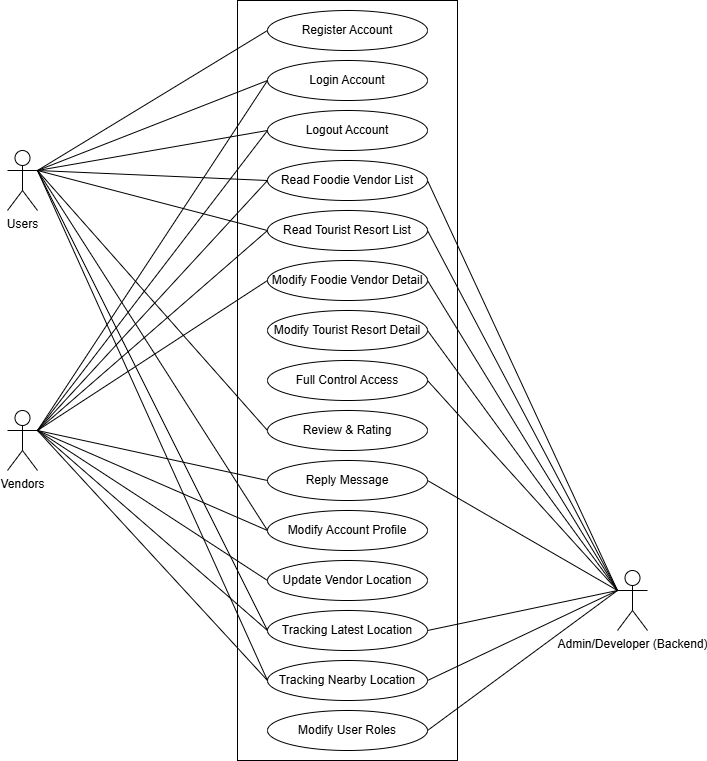
Above: Use Case.png in WongJZ/WongJZ (draw.io), before the change. Source tidied: cells renumbered, new cells last; positions are measured from the earlier drawing's top-left corner, leaving out a move shared by most shapes.
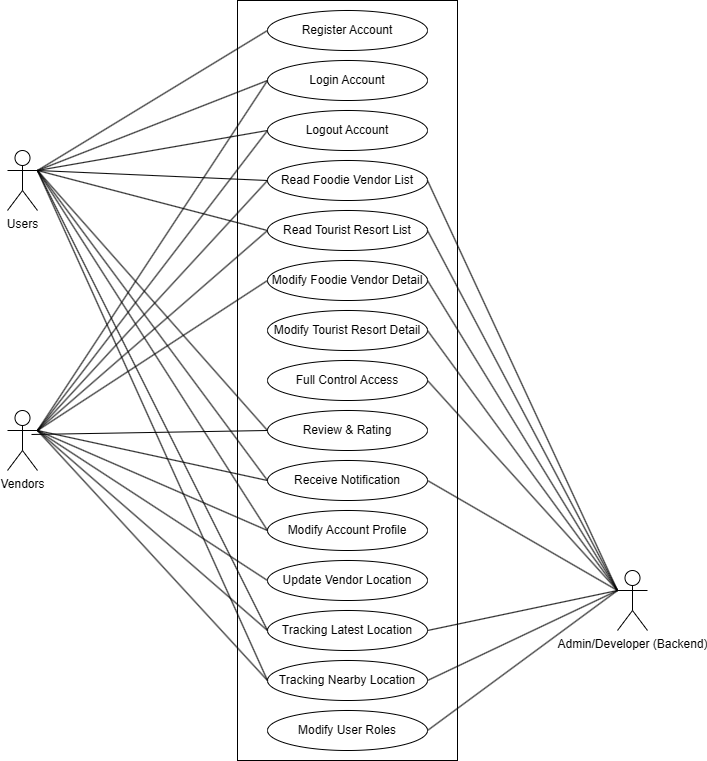
Later version of the same file.

The edit, as a diff of the source:
```diff
@@ -41,7 +41,7 @@
     <mxCell id="14" value="Review &amp;amp; Rating" style="ellipse;whiteSpace=wrap;html=1;" parent="1" vertex="1">
       <mxGeometry x="260" y="410" width="160" height="40" as="geometry" />
     </mxCell>
-    <mxCell id="15" value="Reply Message" style="ellipse;whiteSpace=wrap;html=1;" parent="1" vertex="1">
+    <mxCell id="15" value="Receive Notification" style="ellipse;whiteSpace=wrap;html=1;" parent="1" vertex="1">
       <mxGeometry x="260" y="460" width="160" height="40" as="geometry" />
     </mxCell>
     <mxCell id="16" value="Modify Account Profile" style="ellipse;whiteSpace=wrap;html=1;" parent="1" vertex="1">
@@ -93,9 +93,6 @@
     <mxCell id="30" style="endArrow=none;html=1;rounded=0;exitX=1;exitY=0.3333333333333333;exitDx=0;exitDy=0;exitPerimeter=0;entryX=0;entryY=0.5;entryDx=0;entryDy=0;" parent="1" edge="1" source="3" target="10">
       <mxGeometry relative="1" as="geometry" />
     </mxCell>
-    <mxCell id="31" style="endArrow=none;html=1;rounded=0;exitX=1;exitY=0.3333333333333333;exitDx=0;exitDy=0;exitPerimeter=0;entryX=0;entryY=0.5;entryDx=0;entryDy=0;" parent="1" edge="1" source="3" target="15">
-      <mxGeometry relative="1" as="geometry" />
-    </mxCell>
     <mxCell id="32" style="endArrow=none;html=1;rounded=0;exitX=1;exitY=0.3333333333333333;exitDx=0;exitDy=0;exitPerimeter=0;entryX=0;entryY=0.5;entryDx=0;entryDy=0;" parent="1" edge="1" source="4" target="14">
       <mxGeometry relative="1" as="geometry" />
     </mxCell>
@@ -147,5 +144,14 @@
     <mxCell id="48" style="endArrow=none;html=1;rounded=0;exitX=1;exitY=0.5;exitDx=0;exitDy=0;entryX=0;entryY=0.3333333333333333;entryDx=0;entryDy=0;entryPerimeter=0;" parent="1" edge="1" source="11" target="5">
       <mxGeometry relative="1" as="geometry" />
     </mxCell>
+    <mxCell id="49" style="endArrow=none;html=1;rounded=0;exitX=1;exitY=0.3333333333333333;exitDx=0;exitDy=0;exitPerimeter=0;entryX=0;entryY=0.5;entryDx=0;entryDy=0;" parent="1" edge="1" source="4" target="15">
+      <mxGeometry relative="1" as="geometry" />
+    </mxCell>
+    <mxCell id="31" style="endArrow=none;html=1;rounded=0;exitX=1;exitY=0.3333333333333333;exitDx=0;exitDy=0;exitPerimeter=0;entryX=0;entryY=0.5;entryDx=0;entryDy=0;" parent="1" edge="1" source="3" target="15">
+      <mxGeometry relative="1" as="geometry" />
+    </mxCell>
+    <mxCell id="50" style="endArrow=none;html=1;rounded=0;exitX=0.8;exitY=0.4;exitDx=0;exitDy=0;exitPerimeter=0;entryX=0;entryY=0.5;entryDx=0;entryDy=0;" parent="1" edge="1" source="3" target="14">
+      <mxGeometry relative="1" as="geometry" />
+    </mxCell>
   </root>
 </mxGraphModel>
```
